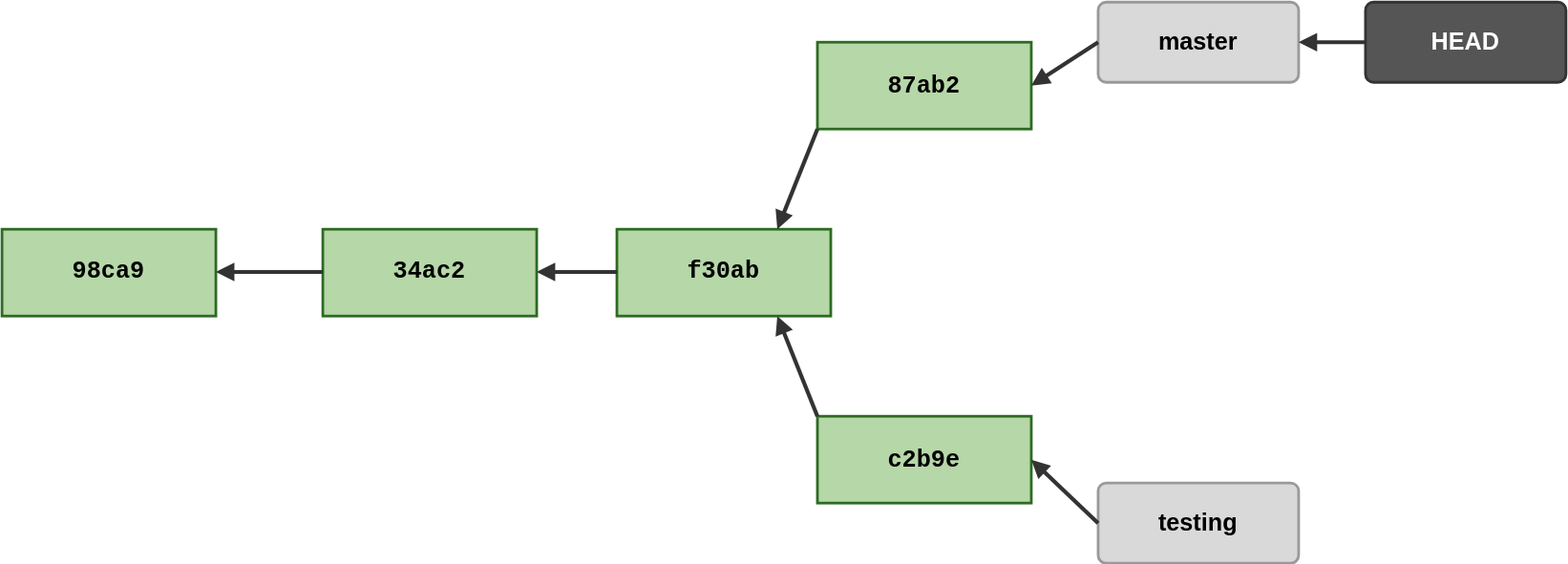
The draw.io diagram slides/04-branch-und-merge/images/diverged-branches.drawio.svg in it-erben/training-git-for-developers, before a commit. Source tidied: cells renumbered, new cells last; positions are measured from the earlier drawing's top-left corner, leaving out a move shared by most shapes.
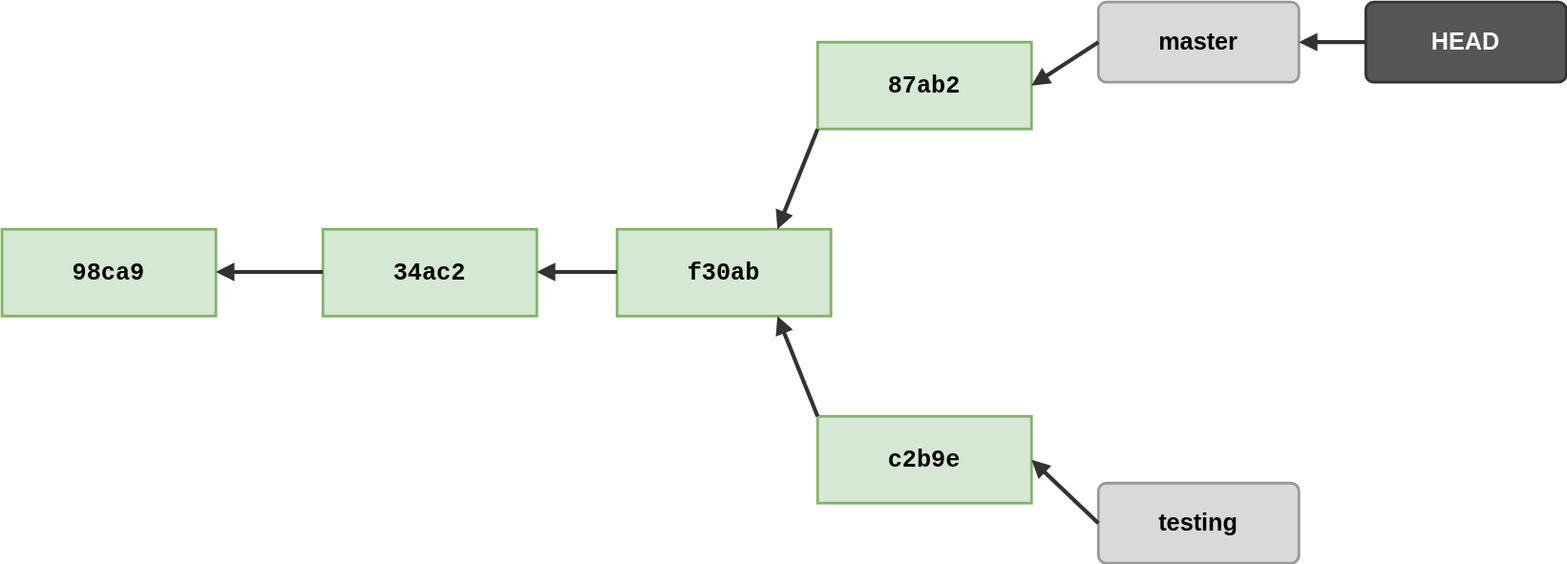
The same diagram one commit later.

What changed in the source:
```diff
@@ -8,19 +8,19 @@
     <mxCell id="3" value="master" style="rounded=1;whiteSpace=wrap;html=1;fillColor=#d9d9d9;strokeColor=#999999;fontStyle=1;fontSize=18;arcSize=10;strokeWidth=2;" parent="1" vertex="1">
       <mxGeometry x="820" width="150" height="60" as="geometry" />
     </mxCell>
-    <mxCell id="4" value="87ab2" style="rounded=0;whiteSpace=wrap;html=1;fillColor=#b6d7a8;strokeColor=#2d6b22;fontStyle=1;fontSize=18;strokeWidth=2;fontFamily=Courier New;" parent="1" vertex="1">
+    <mxCell id="4" value="87ab2" style="rounded=0;whiteSpace=wrap;html=1;fillColor=#d5e8d4;strokeColor=#82b366;fontStyle=1;fontSize=18;strokeWidth=2;fontFamily=Courier New;" parent="1" vertex="1">
       <mxGeometry x="610" y="30" width="160" height="65" as="geometry" />
     </mxCell>
-    <mxCell id="5" value="98ca9" style="rounded=0;whiteSpace=wrap;html=1;fillColor=#b6d7a8;strokeColor=#2d6b22;fontStyle=1;fontSize=18;strokeWidth=2;fontFamily=Courier New;" parent="1" vertex="1">
+    <mxCell id="5" value="98ca9" style="rounded=0;whiteSpace=wrap;html=1;fillColor=#d5e8d4;strokeColor=#82b366;fontStyle=1;fontSize=18;strokeWidth=2;fontFamily=Courier New;" parent="1" vertex="1">
       <mxGeometry y="170" width="160" height="65" as="geometry" />
     </mxCell>
-    <mxCell id="6" value="34ac2" style="rounded=0;whiteSpace=wrap;html=1;fillColor=#b6d7a8;strokeColor=#2d6b22;fontStyle=1;fontSize=18;strokeWidth=2;fontFamily=Courier New;" parent="1" vertex="1">
+    <mxCell id="6" value="34ac2" style="rounded=0;whiteSpace=wrap;html=1;fillColor=#d5e8d4;strokeColor=#82b366;fontStyle=1;fontSize=18;strokeWidth=2;fontFamily=Courier New;" parent="1" vertex="1">
       <mxGeometry x="240" y="170" width="160" height="65" as="geometry" />
     </mxCell>
-    <mxCell id="7" value="f30ab" style="rounded=0;whiteSpace=wrap;html=1;fillColor=#b6d7a8;strokeColor=#2d6b22;fontStyle=1;fontSize=18;strokeWidth=2;fontFamily=Courier New;" parent="1" vertex="1">
+    <mxCell id="7" value="f30ab" style="rounded=0;whiteSpace=wrap;html=1;fillColor=#d5e8d4;strokeColor=#82b366;fontStyle=1;fontSize=18;strokeWidth=2;fontFamily=Courier New;" parent="1" vertex="1">
       <mxGeometry x="460" y="170" width="160" height="65" as="geometry" />
     </mxCell>
-    <mxCell id="8" value="c2b9e" style="rounded=0;whiteSpace=wrap;html=1;fillColor=#b6d7a8;strokeColor=#2d6b22;fontStyle=1;fontSize=18;strokeWidth=2;fontFamily=Courier New;" parent="1" vertex="1">
+    <mxCell id="8" value="c2b9e" style="rounded=0;whiteSpace=wrap;html=1;fillColor=#d5e8d4;strokeColor=#82b366;fontStyle=1;fontSize=18;strokeWidth=2;fontFamily=Courier New;" parent="1" vertex="1">
       <mxGeometry x="610" y="310" width="160" height="65" as="geometry" />
     </mxCell>
     <mxCell id="9" value="testing" style="rounded=1;whiteSpace=wrap;html=1;fillColor=#d9d9d9;strokeColor=#999999;fontStyle=1;fontSize=18;arcSize=10;strokeWidth=2;" parent="1" vertex="1">
```
